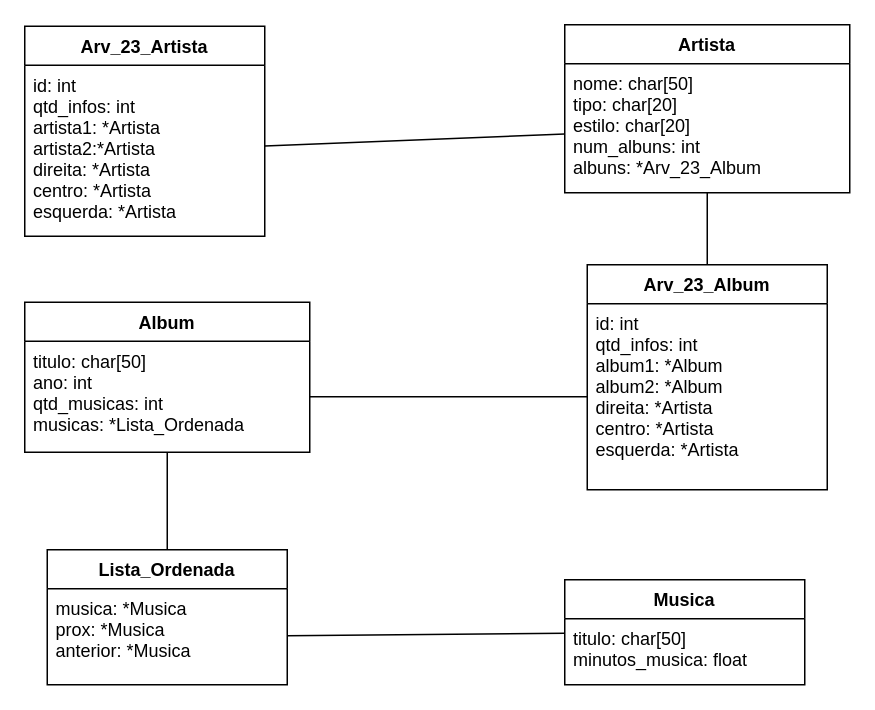
The draw.io diagram ED_II/TB_II/docs/02.drawio in mauriciobenjamin700/6_periodo, before the edit. Source tidied: cells renumbered, new cells numbered last; positions are measured from the earlier drawing's top-left corner, leaving out a move shared by most shapes. Both pictures are drawn from the tidied source at 150%, with x=0, y=0 at pixel (24, 24).
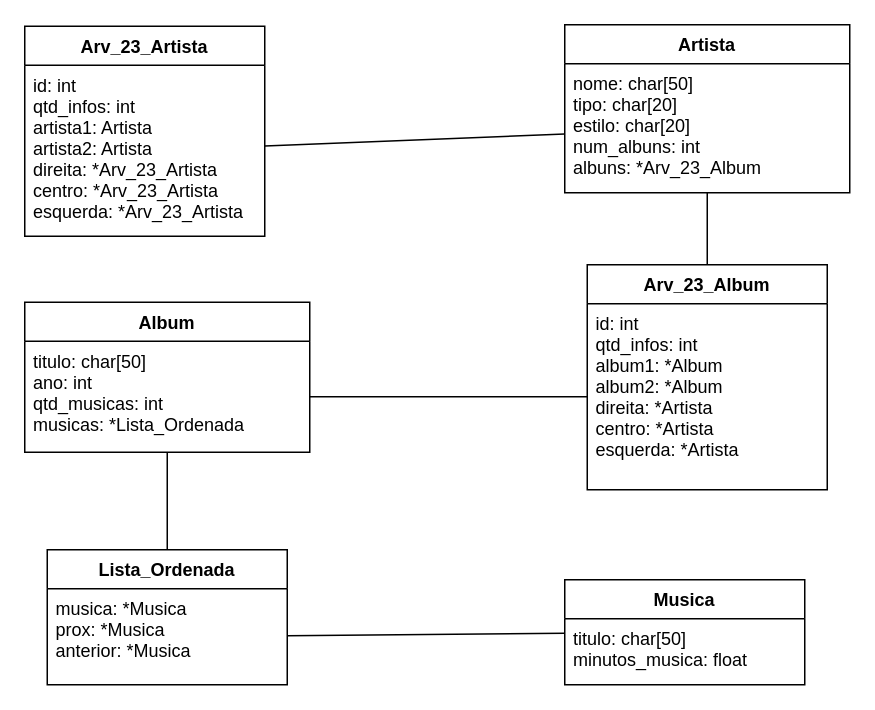
After the change.

Diff of the diagram source:
```diff
@@
 <mxGraphModel>
   <root>
     <mxCell id="0" />
     <mxCell id="1" parent="0" />
     <mxCell id="2" value="Artista" style="swimlane;fontStyle=1;align=center;verticalAlign=top;horizontal=1;startSize=26;" parent="1" vertex="1">
       <mxGeometry x="360" width="190" height="112" as="geometry" />
     </mxCell>
     <mxCell id="3" value="nome: char[50]&#10;tipo: char[20]&#10;estilo: char[20]&#10;num_albuns: int&#10;albuns: *Arv_23_Album" style="text;strokeColor=none;fillColor=none;align=left;verticalAlign=top;spacingLeft=4;spacingRight=4;overflow=hidden;points=[[0,0.5],[1,0.5]];portConstraint=eastwest;" parent="2" vertex="1">
       <mxGeometry y="26" width="190" height="86" as="geometry" />
     </mxCell>
     <mxCell id="4" value="Album" style="swimlane;fontStyle=1;align=center;verticalAlign=top;horizontal=1;startSize=26;" parent="1" vertex="1">
       <mxGeometry y="185" width="190" height="100" as="geometry" />
     </mxCell>
     <mxCell id="5" value="titulo: char[50]&#10;ano: int&#10;qtd_musicas: int&#10;musicas: *Lista_Ordenada" style="text;strokeColor=none;fillColor=none;align=left;verticalAlign=top;spacingLeft=4;spacingRight=4;overflow=hidden;points=[[0,0.5],[1,0.5]];portConstraint=eastwest;" parent="4" vertex="1">
       <mxGeometry y="26" width="190" height="74" as="geometry" />
     </mxCell>
     <mxCell id="6" style="edgeStyle=none;html=1;startArrow=none;startFill=0;endArrow=none;endFill=0;" parent="1" edge="1" source="7" target="11">
       <mxGeometry relative="1" as="geometry" />
     </mxCell>
     <mxCell id="7" value="Musica" style="swimlane;fontStyle=1;align=center;verticalAlign=top;horizontal=1;startSize=26;" parent="1" vertex="1">
       <mxGeometry x="360" y="370" width="160" height="70" as="geometry" />
     </mxCell>
     <mxCell id="8" value="titulo: char[50]&#10;minutos_musica: float&#10;" style="text;strokeColor=none;fillColor=none;align=left;verticalAlign=top;spacingLeft=4;spacingRight=4;overflow=hidden;" parent="7" vertex="1">
       <mxGeometry y="26" width="160" height="44" as="geometry" />
     </mxCell>
     <mxCell id="9" style="edgeStyle=none;html=1;startArrow=none;startFill=0;endArrow=none;endFill=0;" parent="1" edge="1" source="10" target="5">
       <mxGeometry relative="1" as="geometry" />
     </mxCell>
     <mxCell id="10" value="Lista_Ordenada" style="swimlane;fontStyle=1;align=center;verticalAlign=top;horizontal=1;startSize=26;" parent="1" vertex="1">
       <mxGeometry x="15" y="350" width="160" height="90" as="geometry" />
     </mxCell>
     <mxCell id="11" value="musica: *Musica&#10;prox: *Musica&#10;anterior: *Musica" style="text;strokeColor=none;fillColor=none;align=left;verticalAlign=top;spacingLeft=4;spacingRight=4;overflow=hidden;points=[[0,0.5],[1,0.5]];portConstraint=eastwest;" parent="10" vertex="1">
       <mxGeometry y="26" width="160" height="64" as="geometry" />
     </mxCell>
     <mxCell id="12" style="edgeStyle=none;html=1;startArrow=none;startFill=0;endArrow=none;endFill=0;" parent="1" edge="1" source="13" target="3">
       <mxGeometry relative="1" as="geometry" />
     </mxCell>
     <mxCell id="13" value="Arv_23_Album" style="swimlane;fontStyle=1;align=center;verticalAlign=top;horizontal=1;startSize=26;" parent="1" vertex="1">
       <mxGeometry x="375" y="160" width="160" height="150" as="geometry" />
     </mxCell>
     <mxCell id="14" value="id: int&#10;qtd_infos: int&#10;album1: *Album&#10;album2: *Album&#10;direita: *Artista&#10;centro: *Artista&#10;esquerda: *Artista&#10;" style="text;strokeColor=none;fillColor=none;align=left;verticalAlign=top;spacingLeft=4;spacingRight=4;overflow=hidden;points=[[0,0.5],[1,0.5]];portConstraint=eastwest;" parent="13" vertex="1">
       <mxGeometry y="26" width="160" height="124" as="geometry" />
     </mxCell>
     <mxCell id="15" value="Arv_23_Artista" style="swimlane;fontStyle=1;align=center;verticalAlign=top;horizontal=1;startSize=26;" parent="1" vertex="1">
       <mxGeometry y="1" width="160" height="140" as="geometry" />
     </mxCell>
-    <mxCell id="16" value="id: int&#10;qtd_infos: int&#10;artista1: *Artista&#10;artista2:*Artista&#10;direita: *Artista&#10;centro: *Artista&#10;esquerda: *Artista" style="text;strokeColor=none;fillColor=none;align=left;verticalAlign=top;spacingLeft=4;spacingRight=4;overflow=hidden;points=[[0,0.5],[1,0.5]];portConstraint=eastwest;" parent="15" vertex="1">
+    <mxCell id="16" value="id: int&#10;qtd_infos: int&#10;artista1: Artista&#10;artista2: Artista&#10;direita: *Arv_23_Artista&#10;centro: *Arv_23_Artista&#10;esquerda: *Arv_23_Artista" style="text;strokeColor=none;fillColor=none;align=left;verticalAlign=top;spacingLeft=4;spacingRight=4;overflow=hidden;points=[[0,0.5],[1,0.5]];portConstraint=eastwest;" parent="15" vertex="1">
       <mxGeometry y="26" width="160" height="114" as="geometry" />
     </mxCell>
     <mxCell id="17" style="edgeStyle=none;html=1;startArrow=none;startFill=0;endArrow=none;endFill=0;" parent="1" edge="1" source="5" target="14">
       <mxGeometry relative="1" as="geometry" />
     </mxCell>
     <mxCell id="18" style="edgeStyle=none;html=1;startArrow=none;startFill=0;endArrow=none;endFill=0;" parent="1" edge="1" source="3" target="16">
       <mxGeometry relative="1" as="geometry" />
     </mxCell>
   </root>
 </mxGraphModel>
```
